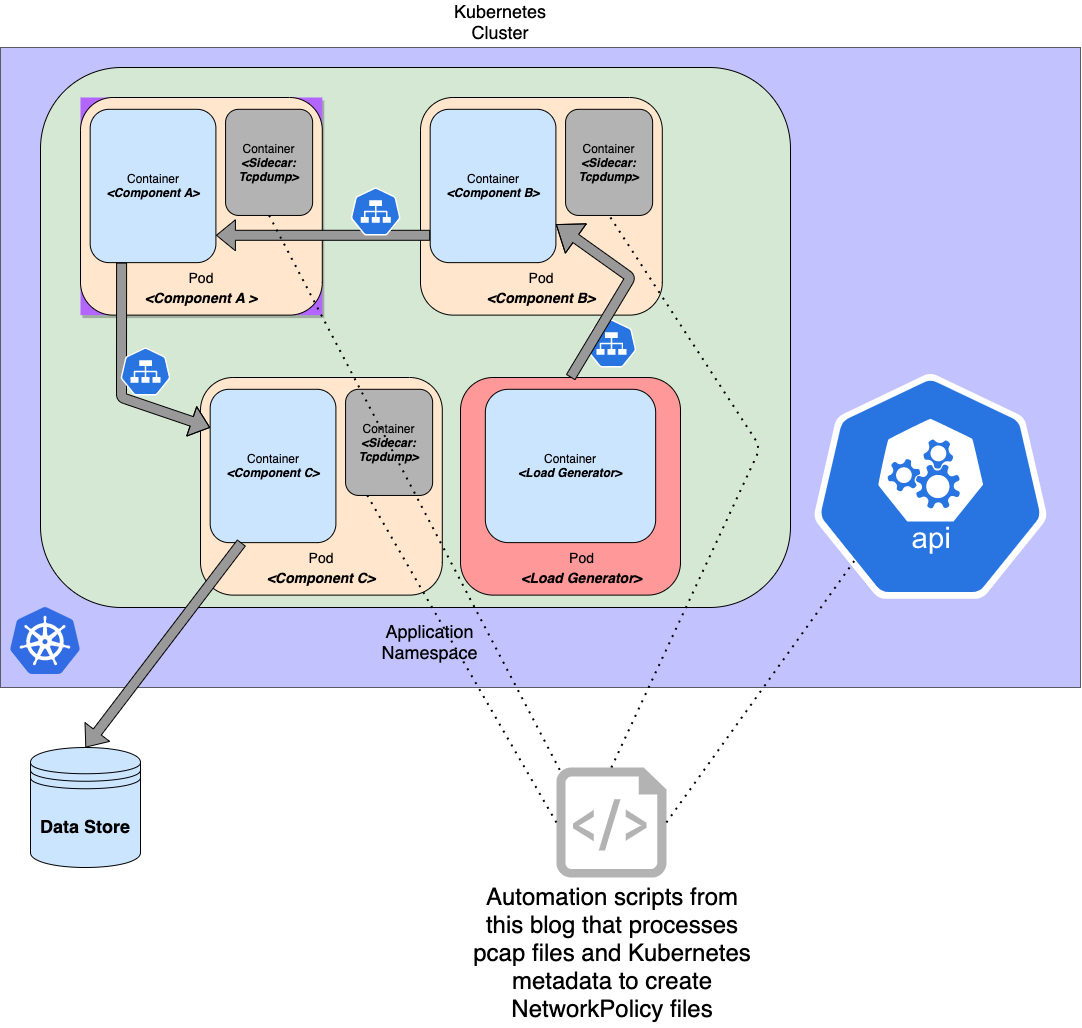
Before: automated-networkpolicy-generation/system-overall.png, a diagram exported from draw.io (mcelep/blog). Source tidied: cells renumbered, new cells last; positions are measured from the earlier drawing's top-left corner, leaving out a move shared by most shapes. The source it was exported from:
```xml
<mxGraphModel>
  <root>
    <mxCell id="0" />
    <mxCell id="1" parent="0" />
    <mxCell id="2" style="rounded=0;whiteSpace=wrap;html=1;labelBackgroundColor=none;fillColor=#9999FF;fontSize=17;fontColor=#000000;opacity=60;" parent="1" vertex="1">
      <mxGeometry y="36" width="1080" height="640" as="geometry" />
    </mxCell>
    <mxCell id="3" value="&lt;div&gt;&lt;span style=&quot;font-size: 18px&quot;&gt;Kubernetes Cluster&lt;/span&gt;&lt;/div&gt;" style="text;html=1;strokeColor=none;fillColor=none;align=center;verticalAlign=middle;whiteSpace=wrap;rounded=0;labelBackgroundColor=none;fontSize=17;fontColor=#000000;opacity=60;" parent="1" vertex="1">
      <mxGeometry x="480" width="40" height="20" as="geometry" />
    </mxCell>
    <mxCell id="4" value="&lt;font style=&quot;font-size: 18px&quot;&gt;Application Namespace&lt;/font&gt;" style="text;html=1;strokeColor=none;fillColor=none;align=center;verticalAlign=middle;whiteSpace=wrap;rounded=0;labelBackgroundColor=none;fontSize=17;fontColor=#000000;opacity=60;" parent="1" vertex="1">
      <mxGeometry x="410" y="617.8" width="38.7" height="23.6" as="geometry" />
    </mxCell>
    <mxCell id="5" style="rounded=1;whiteSpace=wrap;html=1;shadow=0;fillColor=#D5E8D4;" parent="1" vertex="1">
      <mxGeometry x="40" y="56" width="750" height="540" as="geometry" />
    </mxCell>
    <mxCell id="6" style="group;fillColor=#B266FF;shadow=1;" parent="1" vertex="1">
      <mxGeometry x="80" y="86" width="241.8" height="217.6" as="geometry" />
    </mxCell>
    <mxCell id="7" style="rounded=1;whiteSpace=wrap;html=1;shadow=0;fillColor=#FFE6CC;" parent="6" vertex="1">
      <mxGeometry width="241.8" height="217.6" as="geometry" />
    </mxCell>
    <mxCell id="8" value="Container&lt;br&gt;&lt;i&gt;&lt;b&gt;&amp;lt;Sidecar: Tcpdump&amp;gt;&lt;/b&gt;&lt;/i&gt;" style="rounded=1;whiteSpace=wrap;html=1;shadow=0;fillColor=#B3B3B3;" parent="6" vertex="1">
      <mxGeometry x="145.1" y="11.8" width="87" height="106.1" as="geometry" />
    </mxCell>
    <mxCell id="9" value="&lt;font style=&quot;font-size: 14px&quot;&gt;Pod&lt;br&gt;&lt;i&gt;&lt;b&gt;&amp;lt;Component A &amp;gt;&lt;/b&gt;&lt;/i&gt;&lt;/font&gt;" style="text;html=1;strokeColor=none;fillColor=none;align=center;verticalAlign=middle;whiteSpace=wrap;rounded=0;labelBackgroundColor=none;fontSize=17;fontColor=#000000;opacity=60;" parent="6" vertex="1">
      <mxGeometry x="62.9" y="176.9" width="116.1" height="23.6" as="geometry" />
    </mxCell>
    <mxCell id="10" value="Container&lt;br&gt;&lt;i&gt;&lt;b&gt;&amp;lt;Component A&amp;gt;&lt;/b&gt;&lt;/i&gt;" style="rounded=1;whiteSpace=wrap;html=1;shadow=0;fillColor=#CCE5FF;" parent="6" vertex="1">
      <mxGeometry x="9.7" y="11.8" width="125.7" height="153.3" as="geometry" />
    </mxCell>
    <mxCell id="11" style="group;shadow=1;" parent="1" vertex="1">
      <mxGeometry x="420" y="86" width="241.8" height="217.6" as="geometry" />
    </mxCell>
    <mxCell id="12" style="rounded=1;whiteSpace=wrap;html=1;shadow=0;fillColor=#FFE6CC;" parent="11" vertex="1">
      <mxGeometry width="241.8" height="217.6" as="geometry" />
    </mxCell>
    <mxCell id="13" value="Container&lt;br&gt;&lt;i&gt;&lt;b&gt;&amp;lt;Sidecar: Tcpdump&amp;gt;&lt;/b&gt;&lt;/i&gt;" style="rounded=1;whiteSpace=wrap;html=1;shadow=0;fillColor=#B3B3B3;" parent="11" vertex="1">
      <mxGeometry x="145.1" y="11.8" width="87" height="106.1" as="geometry" />
    </mxCell>
    <mxCell id="14" value="&lt;font style=&quot;font-size: 14px&quot;&gt;Pod&lt;br&gt;&lt;i&gt;&lt;b&gt;&amp;lt;Component B&amp;gt;&lt;/b&gt;&lt;/i&gt;&lt;/font&gt;" style="text;html=1;strokeColor=none;fillColor=none;align=center;verticalAlign=middle;whiteSpace=wrap;rounded=0;labelBackgroundColor=none;fontSize=17;fontColor=#000000;opacity=60;" parent="11" vertex="1">
      <mxGeometry x="62.9" y="176.9" width="116.1" height="23.6" as="geometry" />
    </mxCell>
    <mxCell id="15" value="Container&lt;br&gt;&lt;i&gt;&lt;b&gt;&amp;lt;Component B&amp;gt;&lt;/b&gt;&lt;/i&gt;" style="rounded=1;whiteSpace=wrap;html=1;shadow=0;fillColor=#CCE5FF;" parent="11" vertex="1">
      <mxGeometry x="9.7" y="11.8" width="125.7" height="153.3" as="geometry" />
    </mxCell>
    <mxCell id="16" style="group;" parent="1" vertex="1">
      <mxGeometry x="200" y="366" width="241.8" height="217.6" as="geometry" />
    </mxCell>
    <mxCell id="17" style="rounded=1;whiteSpace=wrap;html=1;shadow=0;fillColor=#FFE6CC;" parent="16" vertex="1">
      <mxGeometry width="241.8" height="217.6" as="geometry" />
    </mxCell>
    <mxCell id="18" value="Container&lt;br&gt;&lt;i&gt;&lt;b&gt;&amp;lt;Sidecar: Tcpdump&amp;gt;&lt;/b&gt;&lt;/i&gt;" style="rounded=1;whiteSpace=wrap;html=1;shadow=0;fillColor=#B3B3B3;" parent="16" vertex="1">
      <mxGeometry x="145.1" y="11.8" width="87" height="106.1" as="geometry" />
    </mxCell>
    <mxCell id="19" value="&lt;font style=&quot;font-size: 14px&quot;&gt;Pod&lt;br&gt;&lt;i&gt;&lt;b&gt;&amp;lt;Component C&amp;gt;&lt;/b&gt;&lt;/i&gt;&lt;/font&gt;" style="text;html=1;strokeColor=none;fillColor=none;align=center;verticalAlign=middle;whiteSpace=wrap;rounded=0;labelBackgroundColor=none;fontSize=17;fontColor=#000000;opacity=60;" parent="16" vertex="1">
      <mxGeometry x="62.9" y="176.9" width="116.1" height="23.6" as="geometry" />
    </mxCell>
    <mxCell id="20" value="Container&lt;br&gt;&lt;i&gt;&lt;b&gt;&amp;lt;Component C&amp;gt;&lt;/b&gt;&lt;/i&gt;" style="rounded=1;whiteSpace=wrap;html=1;shadow=0;fillColor=#CCE5FF;" parent="16" vertex="1">
      <mxGeometry x="9.7" y="11.8" width="125.7" height="153.3" as="geometry" />
    </mxCell>
    <mxCell id="21" value="&lt;font style=&quot;font-size: 18px&quot;&gt;&lt;b&gt;Data Store&lt;/b&gt;&lt;/font&gt;" style="shape=datastore;whiteSpace=wrap;html=1;shadow=0;fillColor=#CCE5FF;" parent="1" vertex="1">
      <mxGeometry x="30" y="736" width="110" height="120" as="geometry" />
    </mxCell>
    <mxCell id="22" style="endArrow=classic;html=1;fillColor=#999999;exitX=0.25;exitY=1;exitDx=0;exitDy=0;shape=flexArrow;entryX=0.5;entryY=0;entryDx=0;entryDy=0;" parent="1" edge="1" source="20" target="21">
      <mxGeometry relative="1" as="geometry" />
    </mxCell>
    <mxCell id="23" style="endArrow=classic;html=1;fillColor=#999999;entryX=0;entryY=0.25;entryDx=0;entryDy=0;exitX=0.25;exitY=1;exitDx=0;exitDy=0;shape=flexArrow;" parent="1" edge="1" source="10" target="20">
      <mxGeometry relative="1" as="geometry">
        <Array as="points">
          <mxPoint x="121" y="386" />
        </Array>
      </mxGeometry>
    </mxCell>
    <mxCell id="24" style="html=1;dashed=0;whitespace=wrap;fillColor=#2875E2;strokeColor=#ffffff;points=[[0.005,0.63,0],[0.1,0.2,0],[0.9,0.2,0],[0.5,0,0],[0.995,0.63,0],[0.72,0.99,0],[0.5,1,0],[0.28,0.99,0]];shape=mxgraph.kubernetes.icon;prIcon=api;shadow=0;" parent="1" vertex="1">
      <mxGeometry x="810" y="362.3" width="240" height="225" as="geometry" />
    </mxCell>
    <mxCell id="25" style="html=1;align=center;image;fontSize=12;image=img/lib/mscae/Kubernetes.svg;shadow=0;fillColor=#CCE5FF;" parent="1" vertex="1">
      <mxGeometry x="10" y="596" width="70" height="67.2" as="geometry" />
    </mxCell>
    <mxCell id="26" style="html=1;dashed=0;whitespace=wrap;fillColor=#2875E2;strokeColor=#ffffff;shape=mxgraph.kubernetes.icon;prIcon=svc;shadow=0;" parent="1" vertex="1">
      <mxGeometry x="120" y="336" width="50" height="48" as="geometry" />
    </mxCell>
    <mxCell id="27" style="endArrow=classic;html=1;fillColor=#999999;entryX=1;entryY=0.75;entryDx=0;entryDy=0;exitX=0;exitY=0.75;exitDx=0;exitDy=0;shape=flexArrow;" parent="1" edge="1">
      <mxGeometry relative="1" as="geometry">
        <mxPoint x="429.7" y="223.8" as="sourcePoint" />
        <mxPoint x="215.4" y="223.8" as="targetPoint" />
      </mxGeometry>
    </mxCell>
    <mxCell id="28" style="html=1;dashed=0;whitespace=wrap;fillColor=#2875E2;strokeColor=#ffffff;shape=mxgraph.kubernetes.icon;prIcon=svc;shadow=0;" parent="1" vertex="1">
      <mxGeometry x="350.2" y="176" width="50" height="48" as="geometry" />
    </mxCell>
    <mxCell id="29" style="group;" parent="1" vertex="1">
      <mxGeometry x="490" y="356" width="241.8" height="217.6" as="geometry" />
    </mxCell>
    <mxCell id="30" style="group;" parent="29" vertex="1">
      <mxGeometry x="-30" y="10" width="220" height="217.6" as="geometry" />
    </mxCell>
    <mxCell id="31" style="rounded=1;whiteSpace=wrap;html=1;shadow=0;fillColor=#FF9999;" parent="30" vertex="1">
      <mxGeometry width="220" height="217.6" as="geometry" />
    </mxCell>
    <mxCell id="32" style="group;" parent="30" vertex="1">
      <mxGeometry x="24.8" y="11.8" width="170.3" height="188.7" as="geometry" />
    </mxCell>
    <mxCell id="33" style="group;" parent="32" vertex="1">
      <mxGeometry width="170.3" height="188.7" as="geometry" />
    </mxCell>
    <mxCell id="34" value="&lt;font style=&quot;font-size: 14px&quot;&gt;Pod&lt;br&gt;&lt;i&gt;&lt;b&gt;&amp;lt;Load Generator&amp;gt;&lt;/b&gt;&lt;/i&gt;&lt;/font&gt;" style="text;html=1;strokeColor=none;fillColor=none;align=center;verticalAlign=middle;whiteSpace=wrap;rounded=0;labelBackgroundColor=none;fontSize=17;fontColor=#000000;opacity=60;" parent="33" vertex="1">
      <mxGeometry x="23.2" y="165.1" width="147.1" height="23.6" as="geometry" />
    </mxCell>
    <mxCell id="35" value="Container&lt;br&gt;&lt;i&gt;&lt;b&gt;&amp;lt;Load Generator&amp;gt;&lt;/b&gt;&lt;/i&gt;" style="rounded=1;whiteSpace=wrap;html=1;shadow=0;fillColor=#CCE5FF;" parent="33" vertex="1">
      <mxGeometry width="170.3" height="153.3" as="geometry" />
    </mxCell>
    <mxCell id="36" style="html=1;dashed=0;whitespace=wrap;fillColor=#2875E2;strokeColor=#ffffff;shape=mxgraph.kubernetes.icon;prIcon=svc;shadow=0;" parent="1" vertex="1">
      <mxGeometry x="585.9" y="308" width="50" height="48" as="geometry" />
    </mxCell>
    <mxCell id="37" style="endArrow=classic;html=1;fillColor=#999999;entryX=1;entryY=0.75;entryDx=0;entryDy=0;exitX=0.5;exitY=0;exitDx=0;exitDy=0;shape=flexArrow;endWidth=25;endSize=7.6499999999999995;" parent="1" edge="1" source="31" target="15">
      <mxGeometry relative="1" as="geometry">
        <Array as="points">
          <mxPoint x="630" y="266" />
        </Array>
      </mxGeometry>
    </mxCell>
    <mxCell id="38" style="verticalLabelPosition=bottom;html=1;verticalAlign=top;align=center;strokeColor=none;fillColor=#B3B3B3;shape=mxgraph.azure.script_file;shadow=0;" parent="1" vertex="1">
      <mxGeometry x="555.9" y="756" width="110" height="110" as="geometry" />
    </mxCell>
    <mxCell id="39" style="endArrow=none;dashed=1;html=1;dashPattern=1 3;strokeWidth=2;fillColor=#999999;exitX=0.5;exitY=1;exitDx=0;exitDy=0;entryX=0.04;entryY=0.04;entryDx=0;entryDy=0;entryPerimeter=0;" parent="1" edge="1" source="8" target="38">
      <mxGeometry relative="1" as="geometry" />
    </mxCell>
    <mxCell id="40" style="endArrow=none;dashed=1;html=1;dashPattern=1 3;strokeWidth=2;fillColor=#999999;exitX=0;exitY=0.5;exitDx=0;exitDy=0;exitPerimeter=0;entryX=0.25;entryY=1;entryDx=0;entryDy=0;" parent="1" edge="1" source="38" target="18">
      <mxGeometry relative="1" as="geometry" />
    </mxCell>
    <mxCell id="41" style="endArrow=none;dashed=1;html=1;dashPattern=1 3;strokeWidth=2;fillColor=#999999;entryX=0.5;entryY=1;entryDx=0;entryDy=0;exitX=0.5;exitY=0;exitDx=0;exitDy=0;exitPerimeter=0;" parent="1" edge="1" source="38" target="13">
      <mxGeometry relative="1" as="geometry">
        <Array as="points">
          <mxPoint x="760" y="436" />
        </Array>
      </mxGeometry>
    </mxCell>
    <mxCell id="42" style="endArrow=none;dashed=1;html=1;dashPattern=1 3;strokeWidth=2;fillColor=#999999;exitX=1;exitY=0.5;exitDx=0;exitDy=0;exitPerimeter=0;entryX=0.183;entryY=0.831;entryDx=0;entryDy=0;entryPerimeter=0;" parent="1" edge="1" source="38" target="24">
      <mxGeometry relative="1" as="geometry" />
    </mxCell>
    <mxCell id="43" value="&lt;h1&gt;&lt;/h1&gt;&lt;h1 style=&quot;text-align: center&quot;&gt;&lt;span style=&quot;font-weight: normal&quot;&gt;Automation scripts from this blog that processes pcap files and Kubernetes metadata to create NetworkPolicy files&lt;/span&gt;&lt;br&gt;&lt;/h1&gt;" style="text;html=1;strokeColor=none;fillColor=none;spacing=5;spacingTop=-20;whiteSpace=wrap;overflow=hidden;rounded=0;shadow=0;" parent="1" vertex="1">
      <mxGeometry x="465.9" y="866" width="290" height="150" as="geometry" />
    </mxCell>
  </root>
</mxGraphModel>
```
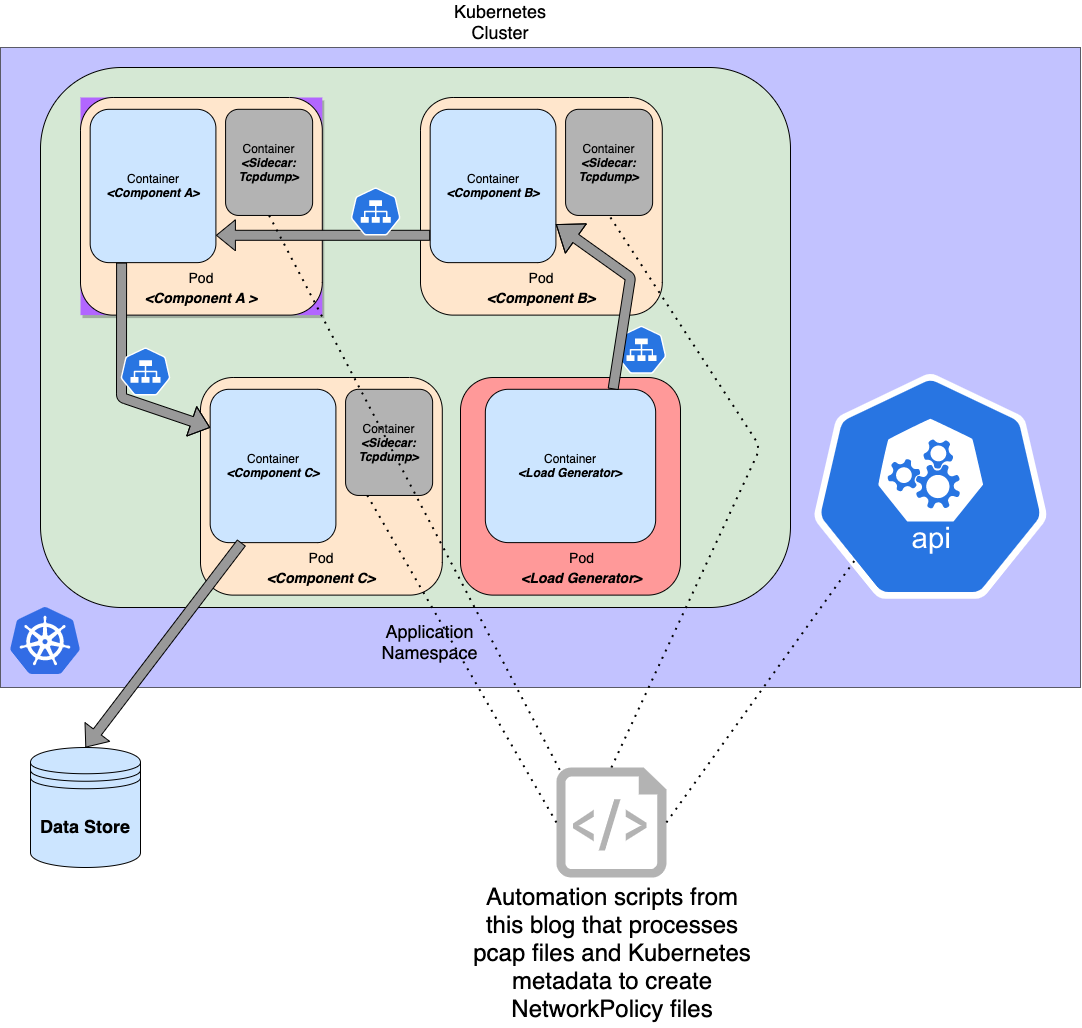
Above is the later version.

The edit, as a diff of the source:
```diff
@@ -112,9 +112,9 @@
       <mxGeometry width="170.3" height="153.3" as="geometry" />
     </mxCell>
     <mxCell id="36" style="html=1;dashed=0;whitespace=wrap;fillColor=#2875E2;strokeColor=#ffffff;shape=mxgraph.kubernetes.icon;prIcon=svc;shadow=0;" parent="1" vertex="1">
-      <mxGeometry x="585.9" y="308" width="50" height="48" as="geometry" />
+      <mxGeometry x="615.9" y="314.3" width="50" height="48" as="geometry" />
     </mxCell>
-    <mxCell id="37" style="endArrow=classic;html=1;fillColor=#999999;entryX=1;entryY=0.75;entryDx=0;entryDy=0;exitX=0.5;exitY=0;exitDx=0;exitDy=0;shape=flexArrow;endWidth=25;endSize=7.6499999999999995;" parent="1" edge="1" source="31" target="15">
+    <mxCell id="37" style="endArrow=classic;html=1;fillColor=#999999;entryX=1;entryY=0.75;entryDx=0;entryDy=0;shape=flexArrow;endWidth=25;endSize=7.6499999999999995;exitX=0.75;exitY=0;exitDx=0;exitDy=0;" parent="1" edge="1" source="35" target="15">
       <mxGeometry relative="1" as="geometry">
         <Array as="points">
           <mxPoint x="630" y="266" />
```
